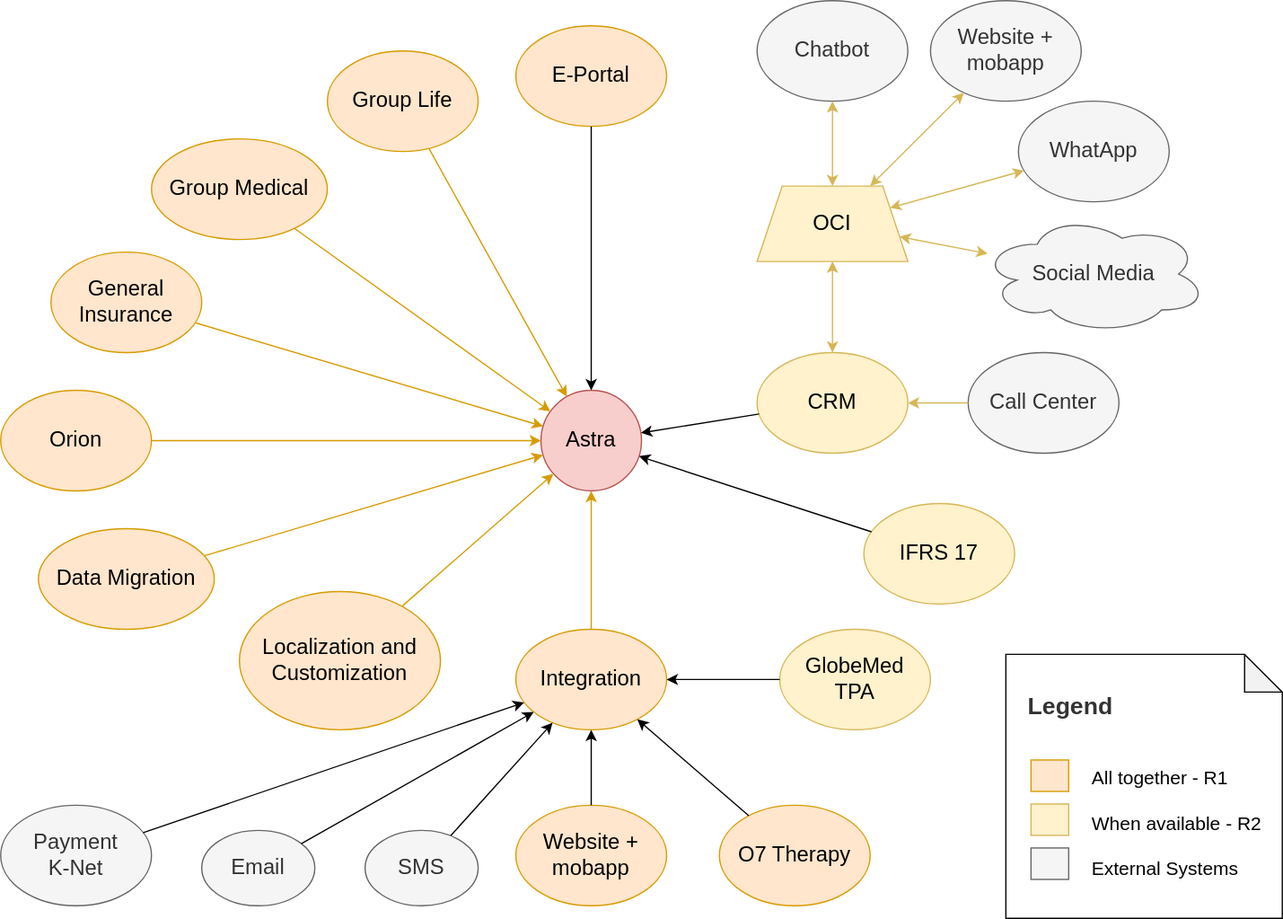
Before: Astra Components(2).drawio.svg, a diagram exported from draw.io (computerchi/athome). Source tidied: cells renumbered, new cells last; positions are measured from the earlier drawing's top-left corner, leaving out a move shared by most shapes.
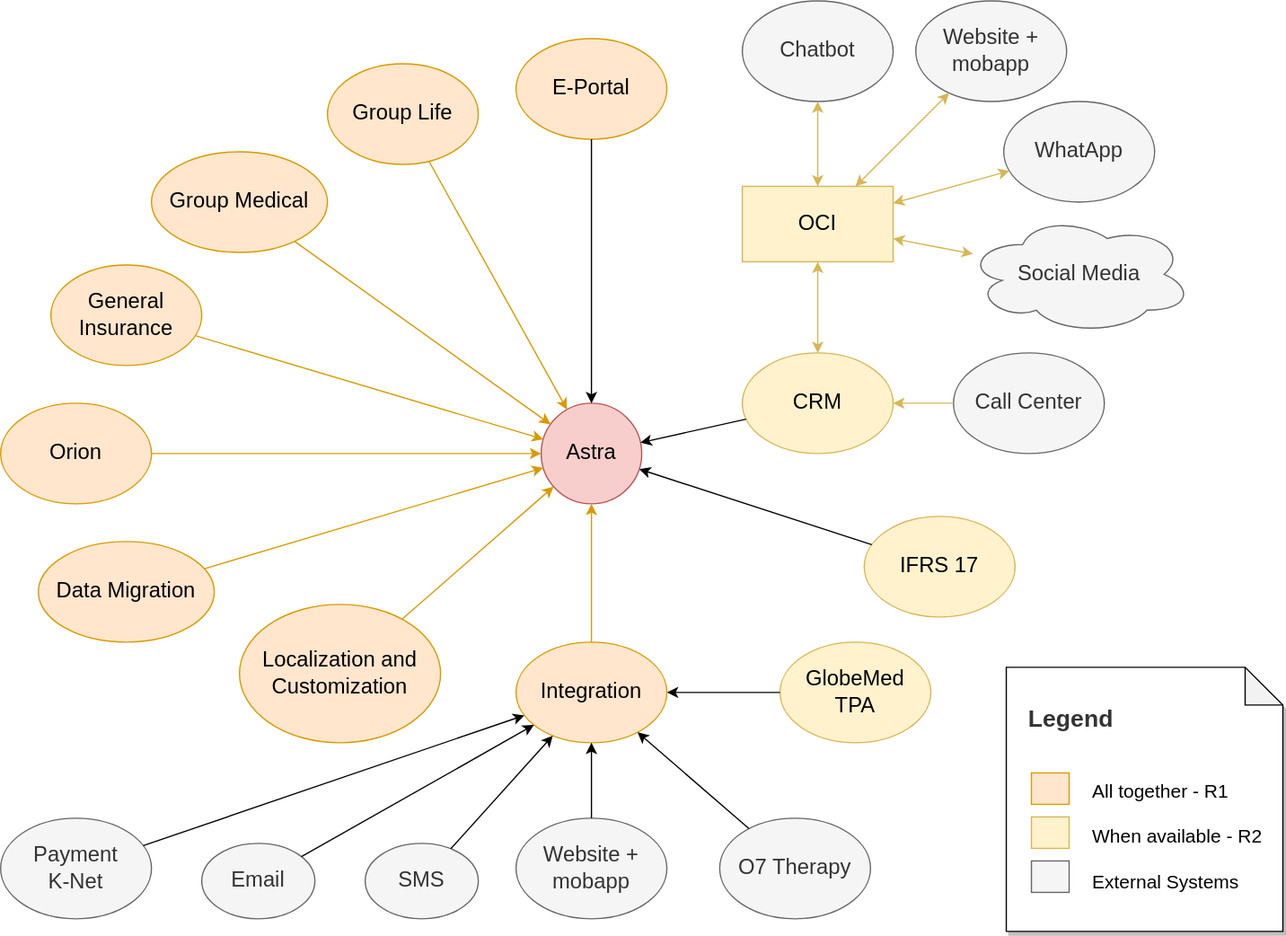
After the commit.

Diff of the diagram source:
```diff
@@ -30,7 +30,7 @@
       <mxGeometry x="687" y="400" width="120" height="80" as="geometry" />
     </mxCell>
     <mxCell id="11" value="CRM" style="ellipse;whiteSpace=wrap;html=1;fillColor=#fff2cc;strokeColor=#d6b656;fontSize=17;" parent="1" vertex="1">
-      <mxGeometry x="602" y="280" width="120" height="80" as="geometry" />
+      <mxGeometry x="590" y="270" width="120" height="80" as="geometry" />
     </mxCell>
     <mxCell id="12" value="E-Portal" style="ellipse;whiteSpace=wrap;html=1;fillColor=#ffe6cc;strokeColor=#d79b00;fontSize=17;" parent="1" vertex="1">
       <mxGeometry x="410" y="20" width="120" height="80" as="geometry" />
@@ -66,16 +66,16 @@
       <mxGeometry relative="1" as="geometry" />
     </mxCell>
     <mxCell id="23" value="Call Center" style="ellipse;whiteSpace=wrap;html=1;fillColor=#f5f5f5;strokeColor=#666666;fontSize=17;fontColor=#333333;" parent="1" vertex="1">
-      <mxGeometry x="770" y="280" width="120" height="80" as="geometry" />
+      <mxGeometry x="758" y="270" width="120" height="80" as="geometry" />
     </mxCell>
     <mxCell id="24" style="endArrow=classic;html=1;rounded=0;fillColor=#fff2cc;strokeColor=#d6b656;fontSize=17;" parent="1" edge="1" source="23" target="11">
       <mxGeometry relative="1" as="geometry" />
     </mxCell>
-    <mxCell id="25" value="OCI" style="shape=trapezoid;perimeter=trapezoidPerimeter;whiteSpace=wrap;html=1;fixedSize=1;fillColor=#fff2cc;strokeColor=#d6b656;fontSize=17;" parent="1" vertex="1">
-      <mxGeometry x="602" y="147.5" width="120" height="60" as="geometry" />
+    <mxCell id="25" value="OCI" style="shape=rectangle;perimeter=rectanglePerimeter;whiteSpace=wrap;html=1;fixedSize=1;fillColor=#fff2cc;strokeColor=#d6b656;fontSize=17;" parent="1" vertex="1">
+      <mxGeometry x="590" y="137.5" width="120" height="60" as="geometry" />
     </mxCell>
     <mxCell id="26" value="Chatbot" style="ellipse;whiteSpace=wrap;html=1;fillColor=#f5f5f5;strokeColor=#666666;fontSize=17;fontColor=#333333;" parent="1" vertex="1">
-      <mxGeometry x="602" width="120" height="80" as="geometry" />
+      <mxGeometry x="590" y="-10" width="120" height="80" as="geometry" />
     </mxCell>
     <mxCell id="27" style="endArrow=classic;startArrow=classic;html=1;rounded=0;fillColor=#fff2cc;strokeColor=#d6b656;fontSize=17;" parent="1" edge="1" source="25" target="26">
       <mxGeometry relative="1" as="geometry" />
@@ -84,18 +84,18 @@
       <mxGeometry relative="1" as="geometry" />
     </mxCell>
     <mxCell id="29" value="Social Media" style="ellipse;shape=cloud;whiteSpace=wrap;html=1;fillColor=#f5f5f5;strokeColor=#666666;fontSize=17;fontColor=#333333;" parent="1" vertex="1">
-      <mxGeometry x="780" y="170" width="180" height="95" as="geometry" />
+      <mxGeometry x="768" y="160" width="180" height="95" as="geometry" />
     </mxCell>
     <mxCell id="30" style="endArrow=classic;startArrow=classic;html=1;rounded=0;fillColor=#fff2cc;strokeColor=#d6b656;fontSize=17;" parent="1" edge="1" source="25" target="29">
       <mxGeometry relative="1" as="geometry" />
     </mxCell>
-    <mxCell id="31" value="O7 Therapy" style="ellipse;whiteSpace=wrap;html=1;fillColor=#ffe6cc;strokeColor=#d79b00;fontSize=17;" parent="1" vertex="1">
+    <mxCell id="31" value="O7 Therapy" style="ellipse;whiteSpace=wrap;html=1;fillColor=#f5f5f5;strokeColor=#666666;fontSize=17;fontColor=#333333;" parent="1" vertex="1">
       <mxGeometry x="572" y="640" width="120" height="80" as="geometry" />
     </mxCell>
     <mxCell id="32" style="endArrow=classic;html=1;rounded=0;fontSize=17;" parent="1" edge="1" source="31" target="6">
       <mxGeometry relative="1" as="geometry" />
     </mxCell>
-    <mxCell id="33" value="Website + mobapp" style="ellipse;whiteSpace=wrap;html=1;fillColor=#ffe6cc;strokeColor=#d79b00;fontSize=17;" parent="1" vertex="1">
+    <mxCell id="33" value="Website + mobapp" style="ellipse;whiteSpace=wrap;html=1;fillColor=#f5f5f5;strokeColor=#666666;fontSize=17;fontColor=#333333;" parent="1" vertex="1">
       <mxGeometry x="410" y="640" width="120" height="80" as="geometry" />
     </mxCell>
     <mxCell id="34" style="endArrow=classic;html=1;rounded=0;fontSize=17;" parent="1" edge="1" source="33" target="6">
@@ -126,10 +126,10 @@
       <mxGeometry relative="1" as="geometry" />
     </mxCell>
     <mxCell id="43" value="WhatApp" style="ellipse;whiteSpace=wrap;html=1;fillColor=#f5f5f5;strokeColor=#666666;fontSize=17;fontColor=#333333;" parent="1" vertex="1">
-      <mxGeometry x="810" y="80" width="120" height="80" as="geometry" />
+      <mxGeometry x="798" y="70" width="120" height="80" as="geometry" />
     </mxCell>
     <mxCell id="44" value="Website + mobapp" style="ellipse;whiteSpace=wrap;html=1;fillColor=#f5f5f5;strokeColor=#666666;fontSize=17;fontColor=#333333;" parent="1" vertex="1">
-      <mxGeometry x="740" width="120" height="80" as="geometry" />
+      <mxGeometry x="728" y="-10" width="120" height="80" as="geometry" />
     </mxCell>
     <mxCell id="45" style="endArrow=classic;startArrow=classic;html=1;rounded=0;fillColor=#fff2cc;strokeColor=#d6b656;fontSize=17;" parent="1" edge="1" source="25" target="43">
       <mxGeometry relative="1" as="geometry" />
@@ -137,17 +137,20 @@
     <mxCell id="46" style="endArrow=classic;startArrow=classic;html=1;rounded=0;fillColor=#fff2cc;strokeColor=#d6b656;fontSize=17;" parent="1" edge="1" source="25" target="44">
       <mxGeometry relative="1" as="geometry" />
     </mxCell>
+    <mxCell id="51" style="group;" parent="1" vertex="1">
+      <mxGeometry x="800" y="520" width="220" height="210" as="geometry" />
+    </mxCell>
-    <mxCell id="47" value="&lt;div style=&quot;font-size: 15px;&quot;&gt;&lt;font size=&quot;1&quot; color=&quot;#333333&quot;&gt;&lt;b style=&quot;font-size: 19px;&quot;&gt;&amp;nbsp;&amp;nbsp; Legend&lt;/b&gt;&lt;/font&gt;&lt;/div&gt;&lt;div style=&quot;font-size: 15px;&quot;&gt;&lt;font style=&quot;font-size: 15px;&quot;&gt;&lt;br&gt;&lt;/font&gt;&lt;/div&gt;&lt;div style=&quot;font-size: 15px;&quot;&gt;&lt;font style=&quot;font-size: 15px;&quot;&gt;&lt;br&gt;&lt;/font&gt;&lt;/div&gt;&lt;div style=&quot;font-size: 15px;&quot; align=&quot;left&quot;&gt;&lt;font style=&quot;font-size: 15px;&quot;&gt;&lt;span style=&quot;&quot;&gt;&#9;&lt;/span&gt;&lt;span style=&quot;&quot;&gt;&#9;&lt;/span&gt;&lt;span style=&quot;&quot;&gt;&#9;&lt;/span&gt;&lt;span style=&quot;&quot;&gt;&#9;&lt;/span&gt;&lt;span style=&quot;white-space: pre;&quot;&gt;&#9;&lt;/span&gt;&lt;span style=&quot;white-space: pre;&quot;&gt;&#9;&lt;/span&gt;All together - R1&lt;br&gt;&lt;/font&gt;&lt;/div&gt;&lt;div style=&quot;font-size: 15px;&quot; align=&quot;left&quot;&gt;&lt;font style=&quot;font-size: 15px;&quot;&gt;&lt;br&gt;&lt;/font&gt;&lt;/div&gt;&lt;div style=&quot;font-size: 15px;&quot; align=&quot;left&quot;&gt;&lt;font style=&quot;font-size: 15px;&quot;&gt;&lt;span style=&quot;&quot;&gt;&#9;&lt;/span&gt;&lt;span style=&quot;&quot;&gt;&#9;&lt;/span&gt;&lt;span style=&quot;&quot;&gt;&lt;/span&gt;&lt;span style=&quot;white-space: pre;&quot;&gt;&#9;&lt;/span&gt;&lt;span style=&quot;white-space: pre;&quot;&gt;&#9;&lt;/span&gt;When available - R2&lt;/font&gt;&lt;/div&gt;&lt;div style=&quot;font-size: 15px;&quot; align=&quot;left&quot;&gt;&lt;font style=&quot;font-size: 15px;&quot;&gt;&lt;span style=&quot;&quot;&gt;&#9;&lt;/span&gt;&lt;span style=&quot;&quot;&gt;&#9;&lt;/span&gt;&lt;br&gt;&lt;/font&gt;&lt;/div&gt;&lt;div style=&quot;font-size: 15px;&quot; align=&quot;left&quot;&gt;&lt;font style=&quot;font-size: 15px;&quot;&gt;&lt;span style=&quot;&quot;&gt;&#9;&lt;/span&gt;&lt;span style=&quot;&quot;&gt;&#9;&lt;/span&gt;&lt;span style=&quot;white-space: pre;&quot;&gt;&#9;&lt;/span&gt;&lt;span style=&quot;white-space: pre;&quot;&gt;&#9;&lt;/span&gt;External Systems&lt;/font&gt;&lt;/div&gt;" style="shape=note;whiteSpace=wrap;html=1;backgroundOutline=1;darkOpacity=0.05;fontSize=14;align=left;" parent="1" vertex="1">
-      <mxGeometry x="800" y="520" width="220" height="210" as="geometry" />
+    <mxCell id="47" value="&lt;div style=&quot;font-size: 15px;&quot;&gt;&lt;font size=&quot;1&quot; color=&quot;#333333&quot;&gt;&lt;b style=&quot;font-size: 19px;&quot;&gt;&amp;nbsp;&amp;nbsp; Legend&lt;/b&gt;&lt;/font&gt;&lt;/div&gt;&lt;div style=&quot;font-size: 15px;&quot;&gt;&lt;font style=&quot;font-size: 15px;&quot;&gt;&lt;br&gt;&lt;/font&gt;&lt;/div&gt;&lt;div style=&quot;font-size: 15px;&quot;&gt;&lt;font style=&quot;font-size: 15px;&quot;&gt;&lt;br&gt;&lt;/font&gt;&lt;/div&gt;&lt;div style=&quot;font-size: 15px;&quot; align=&quot;left&quot;&gt;&lt;font style=&quot;font-size: 15px;&quot;&gt;&lt;span style=&quot;&quot;&gt;&#9;&lt;/span&gt;&lt;span style=&quot;&quot;&gt;&#9;&lt;/span&gt;&lt;span style=&quot;&quot;&gt;&#9;&lt;/span&gt;&lt;span style=&quot;&quot;&gt;&#9;&lt;/span&gt;&lt;span style=&quot;white-space: pre;&quot;&gt;&#9;&lt;/span&gt;&lt;span style=&quot;white-space: pre;&quot;&gt;&#9;&lt;/span&gt;All together - R1&lt;br&gt;&lt;/font&gt;&lt;/div&gt;&lt;div style=&quot;font-size: 15px;&quot; align=&quot;left&quot;&gt;&lt;font style=&quot;font-size: 15px;&quot;&gt;&lt;br&gt;&lt;/font&gt;&lt;/div&gt;&lt;div style=&quot;font-size: 15px;&quot; align=&quot;left&quot;&gt;&lt;font style=&quot;font-size: 15px;&quot;&gt;&lt;span style=&quot;&quot;&gt;&#9;&lt;/span&gt;&lt;span style=&quot;&quot;&gt;&#9;&lt;/span&gt;&lt;span style=&quot;&quot;&gt;&lt;/span&gt;&lt;span style=&quot;white-space: pre;&quot;&gt;&#9;&lt;/span&gt;&lt;span style=&quot;white-space: pre;&quot;&gt;&#9;&lt;/span&gt;When available - R2&lt;/font&gt;&lt;/div&gt;&lt;div style=&quot;font-size: 15px;&quot; align=&quot;left&quot;&gt;&lt;font style=&quot;font-size: 15px;&quot;&gt;&lt;span style=&quot;&quot;&gt;&#9;&lt;/span&gt;&lt;span style=&quot;&quot;&gt;&#9;&lt;/span&gt;&lt;br&gt;&lt;/font&gt;&lt;/div&gt;&lt;div style=&quot;font-size: 15px;&quot; align=&quot;left&quot;&gt;&lt;font style=&quot;font-size: 15px;&quot;&gt;&lt;span style=&quot;&quot;&gt;&#9;&lt;/span&gt;&lt;span style=&quot;&quot;&gt;&#9;&lt;/span&gt;&lt;span style=&quot;white-space: pre;&quot;&gt;&#9;&lt;/span&gt;&lt;span style=&quot;white-space: pre;&quot;&gt;&#9;&lt;/span&gt;External Systems&lt;/font&gt;&lt;/div&gt;" style="shape=note;whiteSpace=wrap;html=1;backgroundOutline=1;darkOpacity=0.05;fontSize=14;align=left;shadow=1;" parent="51" vertex="1">
+      <mxGeometry width="220" height="210" as="geometry" />
     </mxCell>
-    <mxCell id="48" style="rounded=0;whiteSpace=wrap;html=1;fillColor=#ffe6cc;strokeColor=#d79b00;" parent="1" vertex="1">
-      <mxGeometry x="820" y="604" width="30" height="25" as="geometry" />
+    <mxCell id="48" style="rounded=0;whiteSpace=wrap;html=1;fillColor=#ffe6cc;strokeColor=#d79b00;" parent="51" vertex="1">
+      <mxGeometry x="20" y="84" width="30" height="25" as="geometry" />
     </mxCell>
-    <mxCell id="49" style="rounded=0;whiteSpace=wrap;html=1;fillColor=#fff2cc;strokeColor=#d6b656;" parent="1" vertex="1">
-      <mxGeometry x="820" y="639" width="30" height="25" as="geometry" />
+    <mxCell id="49" style="rounded=0;whiteSpace=wrap;html=1;fillColor=#fff2cc;strokeColor=#d6b656;" parent="51" vertex="1">
+      <mxGeometry x="20" y="119" width="30" height="25" as="geometry" />
     </mxCell>
-    <mxCell id="50" style="rounded=0;whiteSpace=wrap;html=1;fillColor=#f5f5f5;strokeColor=#666666;fontColor=#333333;" parent="1" vertex="1">
-      <mxGeometry x="820" y="674" width="30" height="25" as="geometry" />
+    <mxCell id="50" style="rounded=0;whiteSpace=wrap;html=1;fillColor=#f5f5f5;strokeColor=#666666;fontColor=#333333;" parent="51" vertex="1">
+      <mxGeometry x="20" y="154" width="30" height="25" as="geometry" />
     </mxCell>
   </root>
 </mxGraphModel>
```
